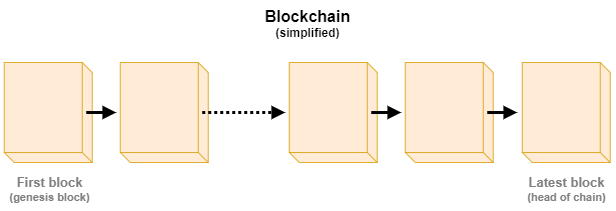
Before: website/static/img/blockchain-simplified.png, a diagram exported from draw.io (prysmaticlabs/documentation). Source tidied: cells renumbered, new cells last; positions are measured from the earlier drawing's top-left corner, leaving out a move shared by most shapes. Its diagram source:
```xml
<mxGraphModel>
  <root>
    <mxCell id="0" />
    <mxCell id="1" parent="0" />
    <mxCell id="2" value="&lt;b&gt;&lt;font style=&quot;&quot;&gt;&lt;font style=&quot;&quot;&gt;&lt;span style=&quot;font-size: 13px;&quot;&gt;First block&lt;/span&gt;&lt;br&gt;&lt;font style=&quot;font-size: 11px;&quot;&gt;(genesis block)&lt;/font&gt;&lt;/font&gt;&lt;br&gt;&lt;/font&gt;&lt;/b&gt;" style="text;html=1;align=center;verticalAlign=middle;strokeColor=none;fillColor=none;fontColor=#808080;" parent="1" vertex="1">
      <mxGeometry x="1.8" y="168" width="98" height="42" as="geometry" />
    </mxCell>
    <mxCell id="3" style="verticalAlign=top;align=left;spacingTop=8;spacingLeft=2;spacingRight=12;shape=cube;size=10;direction=south;fontStyle=4;html=1;fontSize=18;fillColor=#ffe6cc;opacity=80;strokeColor=#d79b00;rotation=90;" parent="1" vertex="1">
      <mxGeometry x="-0.2" y="68" width="100" height="88" as="geometry" />
    </mxCell>
    <mxCell id="4" style="verticalAlign=top;align=left;spacingTop=8;spacingLeft=2;spacingRight=12;shape=cube;size=10;direction=south;fontStyle=4;html=1;fontSize=18;fillColor=#ffe6cc;opacity=80;strokeColor=#d79b00;rotation=90;" parent="1" vertex="1">
      <mxGeometry x="115.8" y="68" width="100" height="88" as="geometry" />
    </mxCell>
    <mxCell id="5" style="endArrow=block;html=1;rounded=0;fontSize=18;fontColor=#007FFF;strokeWidth=3;jumpSize=9;endFill=1;dashed=1;dashPattern=1 1;" parent="1" edge="1">
      <mxGeometry relative="1" as="geometry">
        <mxPoint x="203.8" y="112" as="sourcePoint" />
        <mxPoint x="286.8" y="112" as="targetPoint" />
      </mxGeometry>
    </mxCell>
    <mxCell id="6" style="endArrow=block;html=1;rounded=0;fontSize=18;fontColor=#007FFF;strokeWidth=3;jumpSize=9;endFill=1;entryX=0.995;entryY=0.47;entryDx=0;entryDy=0;entryPerimeter=0;" parent="1" edge="1">
      <mxGeometry relative="1" as="geometry">
        <mxPoint x="87.8" y="112" as="sourcePoint" />
        <mxPoint x="117.8" y="112" as="targetPoint" />
      </mxGeometry>
    </mxCell>
    <mxCell id="7" style="verticalAlign=top;align=left;spacingTop=8;spacingLeft=2;spacingRight=12;shape=cube;size=10;direction=south;fontStyle=4;html=1;fontSize=18;fillColor=#ffe6cc;opacity=80;strokeColor=#d79b00;rotation=90;" parent="1" vertex="1">
      <mxGeometry x="400.8" y="68" width="100" height="88" as="geometry" />
    </mxCell>
    <mxCell id="8" style="endArrow=block;html=1;rounded=0;fontSize=18;fontColor=#007FFF;strokeWidth=3;jumpSize=9;endFill=1;entryX=0.995;entryY=0.47;entryDx=0;entryDy=0;entryPerimeter=0;" parent="1" edge="1">
      <mxGeometry relative="1" as="geometry">
        <mxPoint x="488.8" y="112" as="sourcePoint" />
        <mxPoint x="518.8" y="112" as="targetPoint" />
      </mxGeometry>
    </mxCell>
    <mxCell id="9" style="verticalAlign=top;align=left;spacingTop=8;spacingLeft=2;spacingRight=12;shape=cube;size=10;direction=south;fontStyle=4;html=1;fontSize=18;fillColor=#ffe6cc;opacity=80;strokeColor=#d79b00;rotation=90;" parent="1" vertex="1">
      <mxGeometry x="517.8" y="68" width="100" height="88" as="geometry" />
    </mxCell>
    <mxCell id="10" value="&lt;b&gt;&lt;font&gt;&lt;span style=&quot;font-size: 16px;&quot;&gt;Blockchain&lt;br&gt;&lt;/span&gt;(simplified)&lt;br&gt;&lt;/font&gt;&lt;/b&gt;" style="text;html=1;align=center;verticalAlign=middle;strokeColor=none;fillColor=none;fontColor=#000000;" parent="1" vertex="1">
      <mxGeometry x="257" width="103" height="46" as="geometry" />
    </mxCell>
    <mxCell id="11" value="&lt;b&gt;&lt;font style=&quot;&quot;&gt;&lt;font style=&quot;&quot;&gt;&lt;font style=&quot;font-size: 13px;&quot;&gt;Latest block&lt;br&gt;&lt;/font&gt;&lt;font style=&quot;font-size: 11px;&quot;&gt;(head of chain)&lt;/font&gt;&lt;/font&gt;&lt;br&gt;&lt;/font&gt;&lt;/b&gt;" style="text;html=1;align=center;verticalAlign=middle;strokeColor=none;fillColor=none;fontColor=#808080;" parent="1" vertex="1">
      <mxGeometry x="520.2" y="168" width="96" height="42" as="geometry" />
    </mxCell>
    <mxCell id="12" style="verticalAlign=top;align=left;spacingTop=8;spacingLeft=2;spacingRight=12;shape=cube;size=10;direction=south;fontStyle=4;html=1;fontSize=18;fillColor=#ffe6cc;opacity=80;strokeColor=#d79b00;rotation=90;" parent="1" vertex="1">
      <mxGeometry x="284.8" y="68" width="100" height="88" as="geometry" />
    </mxCell>
    <mxCell id="13" style="endArrow=block;html=1;rounded=0;fontSize=18;fontColor=#007FFF;strokeWidth=3;jumpSize=9;endFill=1;entryX=0.995;entryY=0.47;entryDx=0;entryDy=0;entryPerimeter=0;" parent="1" edge="1">
      <mxGeometry relative="1" as="geometry">
        <mxPoint x="372.8" y="112" as="sourcePoint" />
        <mxPoint x="402.8" y="112" as="targetPoint" />
      </mxGeometry>
    </mxCell>
  </root>
</mxGraphModel>
```
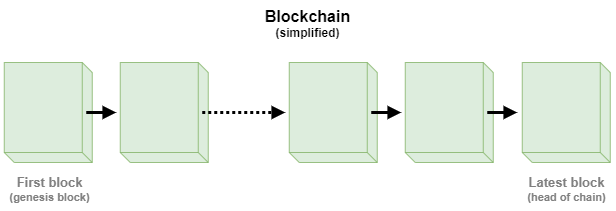
Above is the later version.

What changed in the source:
```diff
@@ -5,10 +5,10 @@
     <mxCell id="2" value="&lt;b&gt;&lt;font style=&quot;&quot;&gt;&lt;font style=&quot;&quot;&gt;&lt;span style=&quot;font-size: 13px;&quot;&gt;First block&lt;/span&gt;&lt;br&gt;&lt;font style=&quot;font-size: 11px;&quot;&gt;(genesis block)&lt;/font&gt;&lt;/font&gt;&lt;br&gt;&lt;/font&gt;&lt;/b&gt;" style="text;html=1;align=center;verticalAlign=middle;strokeColor=none;fillColor=none;fontColor=#808080;" parent="1" vertex="1">
       <mxGeometry x="1.8" y="168" width="98" height="42" as="geometry" />
     </mxCell>
-    <mxCell id="3" style="verticalAlign=top;align=left;spacingTop=8;spacingLeft=2;spacingRight=12;shape=cube;size=10;direction=south;fontStyle=4;html=1;fontSize=18;fillColor=#ffe6cc;opacity=80;strokeColor=#d79b00;rotation=90;" parent="1" vertex="1">
+    <mxCell id="3" style="verticalAlign=top;align=left;spacingTop=8;spacingLeft=2;spacingRight=12;shape=cube;size=10;direction=south;fontStyle=4;html=1;fontSize=18;fillColor=#d5e8d4;opacity=80;strokeColor=#82b366;rotation=90;" parent="1" vertex="1">
       <mxGeometry x="-0.2" y="68" width="100" height="88" as="geometry" />
     </mxCell>
-    <mxCell id="4" style="verticalAlign=top;align=left;spacingTop=8;spacingLeft=2;spacingRight=12;shape=cube;size=10;direction=south;fontStyle=4;html=1;fontSize=18;fillColor=#ffe6cc;opacity=80;strokeColor=#d79b00;rotation=90;" parent="1" vertex="1">
+    <mxCell id="4" style="verticalAlign=top;align=left;spacingTop=8;spacingLeft=2;spacingRight=12;shape=cube;size=10;direction=south;fontStyle=4;html=1;fontSize=18;fillColor=#d5e8d4;opacity=80;strokeColor=#82b366;rotation=90;" parent="1" vertex="1">
       <mxGeometry x="115.8" y="68" width="100" height="88" as="geometry" />
     </mxCell>
     <mxCell id="5" style="endArrow=block;html=1;rounded=0;fontSize=18;fontColor=#007FFF;strokeWidth=3;jumpSize=9;endFill=1;dashed=1;dashPattern=1 1;" parent="1" edge="1">
@@ -23,7 +23,7 @@
         <mxPoint x="117.8" y="112" as="targetPoint" />
       </mxGeometry>
     </mxCell>
-    <mxCell id="7" style="verticalAlign=top;align=left;spacingTop=8;spacingLeft=2;spacingRight=12;shape=cube;size=10;direction=south;fontStyle=4;html=1;fontSize=18;fillColor=#ffe6cc;opacity=80;strokeColor=#d79b00;rotation=90;" parent="1" vertex="1">
+    <mxCell id="7" style="verticalAlign=top;align=left;spacingTop=8;spacingLeft=2;spacingRight=12;shape=cube;size=10;direction=south;fontStyle=4;html=1;fontSize=18;fillColor=#d5e8d4;opacity=80;strokeColor=#82b366;rotation=90;" parent="1" vertex="1">
       <mxGeometry x="400.8" y="68" width="100" height="88" as="geometry" />
     </mxCell>
     <mxCell id="8" style="endArrow=block;html=1;rounded=0;fontSize=18;fontColor=#007FFF;strokeWidth=3;jumpSize=9;endFill=1;entryX=0.995;entryY=0.47;entryDx=0;entryDy=0;entryPerimeter=0;" parent="1" edge="1">
@@ -32,7 +32,7 @@
         <mxPoint x="518.8" y="112" as="targetPoint" />
       </mxGeometry>
     </mxCell>
-    <mxCell id="9" style="verticalAlign=top;align=left;spacingTop=8;spacingLeft=2;spacingRight=12;shape=cube;size=10;direction=south;fontStyle=4;html=1;fontSize=18;fillColor=#ffe6cc;opacity=80;strokeColor=#d79b00;rotation=90;" parent="1" vertex="1">
+    <mxCell id="9" style="verticalAlign=top;align=left;spacingTop=8;spacingLeft=2;spacingRight=12;shape=cube;size=10;direction=south;fontStyle=4;html=1;fontSize=18;fillColor=#d5e8d4;opacity=80;strokeColor=#82b366;rotation=90;" parent="1" vertex="1">
       <mxGeometry x="517.8" y="68" width="100" height="88" as="geometry" />
     </mxCell>
     <mxCell id="10" value="&lt;b&gt;&lt;font&gt;&lt;span style=&quot;font-size: 16px;&quot;&gt;Blockchain&lt;br&gt;&lt;/span&gt;(simplified)&lt;br&gt;&lt;/font&gt;&lt;/b&gt;" style="text;html=1;align=center;verticalAlign=middle;strokeColor=none;fillColor=none;fontColor=#000000;" parent="1" vertex="1">
@@ -41,7 +41,7 @@
     <mxCell id="11" value="&lt;b&gt;&lt;font style=&quot;&quot;&gt;&lt;font style=&quot;&quot;&gt;&lt;font style=&quot;font-size: 13px;&quot;&gt;Latest block&lt;br&gt;&lt;/font&gt;&lt;font style=&quot;font-size: 11px;&quot;&gt;(head of chain)&lt;/font&gt;&lt;/font&gt;&lt;br&gt;&lt;/font&gt;&lt;/b&gt;" style="text;html=1;align=center;verticalAlign=middle;strokeColor=none;fillColor=none;fontColor=#808080;" parent="1" vertex="1">
       <mxGeometry x="520.2" y="168" width="96" height="42" as="geometry" />
     </mxCell>
-    <mxCell id="12" style="verticalAlign=top;align=left;spacingTop=8;spacingLeft=2;spacingRight=12;shape=cube;size=10;direction=south;fontStyle=4;html=1;fontSize=18;fillColor=#ffe6cc;opacity=80;strokeColor=#d79b00;rotation=90;" parent="1" vertex="1">
+    <mxCell id="12" style="verticalAlign=top;align=left;spacingTop=8;spacingLeft=2;spacingRight=12;shape=cube;size=10;direction=south;fontStyle=4;html=1;fontSize=18;fillColor=#d5e8d4;opacity=80;strokeColor=#82b366;rotation=90;" parent="1" vertex="1">
       <mxGeometry x="284.8" y="68" width="100" height="88" as="geometry" />
     </mxCell>
     <mxCell id="13" style="endArrow=block;html=1;rounded=0;fontSize=18;fontColor=#007FFF;strokeWidth=3;jumpSize=9;endFill=1;entryX=0.995;entryY=0.47;entryDx=0;entryDy=0;entryPerimeter=0;" parent="1" edge="1">
```
